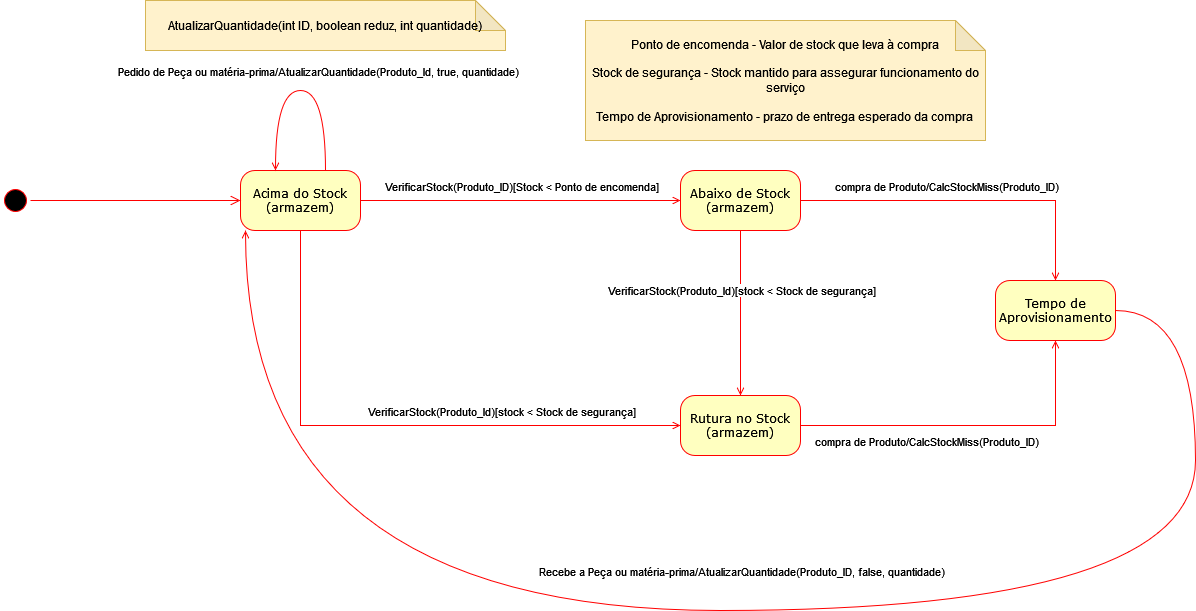
Above: wwwroot/documents/Grupo2/RicardoAndrade/DiagramaEstados_Stock_CompraFornecedor_RicardoAndrade_1705258.png in noellopes/CarManufactoring (draw.io), before the change. Source tidied: cells renumbered, new cells last; positions are measured from the earlier drawing's top-left corner, leaving out a move shared by most shapes. Its diagram source:
```xml
<mxGraphModel>
  <root>
    <mxCell id="0" />
    <mxCell id="1" parent="0" />
    <mxCell id="2" style="ellipse;html=1;shape=startState;fillColor=#000000;strokeColor=#ff0000;rounded=1;shadow=0;comic=0;labelBackgroundColor=none;fontFamily=Verdana;fontSize=12;fontColor=#000000;align=center;direction=south;" parent="1" vertex="1">
      <mxGeometry y="185" width="30" height="30" as="geometry" />
    </mxCell>
    <mxCell id="3" style="edgeStyle=orthogonalEdgeStyle;rounded=0;jettySize=auto;html=1;strokeColor=#FF0000;endArrow=open;endFill=0;" parent="1" edge="1" source="7" target="12">
      <mxGeometry relative="1" as="geometry" />
    </mxCell>
    <mxCell id="4" value="VerificarStock(Produto_ID)[Stock &amp;lt; Ponto de encomenda]" style="edgeLabel;html=1;align=center;verticalAlign=middle;" parent="3" vertex="1">
      <mxGeometry x="-0.1" y="2" relative="1" as="geometry">
        <mxPoint x="15" y="-13" as="offset" />
      </mxGeometry>
    </mxCell>
    <mxCell id="5" style="edgeStyle=orthogonalEdgeStyle;rounded=0;jettySize=auto;html=1;strokeColor=#FF0000;endArrow=open;endFill=0;" parent="1" edge="1" source="7" target="17">
      <mxGeometry relative="1" as="geometry">
        <Array as="points">
          <mxPoint x="300" y="425" />
        </Array>
      </mxGeometry>
    </mxCell>
    <mxCell id="6" value="VerificarStock(Produto_Id)[stock &amp;lt; Stock de segurança]" style="edgeLabel;html=1;align=center;verticalAlign=middle;" parent="5" vertex="1">
      <mxGeometry x="-0.28" y="1" relative="1" as="geometry">
        <mxPoint x="189" y="-14" as="offset" />
      </mxGeometry>
    </mxCell>
    <mxCell id="7" value="&lt;div&gt;Acima do Stock&lt;/div&gt;&lt;div&gt;(armazem)&lt;br&gt;&lt;/div&gt;" style="rounded=1;whiteSpace=wrap;html=1;arcSize=24;fillColor=#ffffc0;strokeColor=#ff0000;shadow=0;comic=0;labelBackgroundColor=none;fontFamily=Verdana;fontSize=12;fontColor=#000000;align=center;" parent="1" vertex="1">
      <mxGeometry x="240" y="170" width="120" height="60" as="geometry" />
    </mxCell>
    <mxCell id="8" style="edgeStyle=orthogonalEdgeStyle;rounded=0;jettySize=auto;html=1;strokeColor=#FF0000;endArrow=open;endFill=0;" parent="1" edge="1" source="12" target="17">
      <mxGeometry relative="1" as="geometry" />
    </mxCell>
    <mxCell id="9" value="&lt;div&gt;VerificarStock(Produto_Id)[stock &amp;lt; Stock de segurança]&lt;/div&gt;" style="edgeLabel;html=1;align=center;verticalAlign=middle;" parent="8" vertex="1">
      <mxGeometry x="-0.28" y="-2" relative="1" as="geometry">
        <mxPoint x="2" as="offset" />
      </mxGeometry>
    </mxCell>
    <mxCell id="10" style="edgeStyle=orthogonalEdgeStyle;rounded=0;jettySize=auto;html=1;strokeColor=#FF0000;endArrow=open;endFill=0;" parent="1" edge="1" source="12" target="22">
      <mxGeometry relative="1" as="geometry" />
    </mxCell>
    <mxCell id="11" value="compra de Produto/CalcStockMiss(Produto_ID)" style="edgeLabel;html=1;align=center;verticalAlign=middle;" parent="10" vertex="1">
      <mxGeometry x="0.1" y="-2" relative="1" as="geometry">
        <mxPoint x="-40" y="-17" as="offset" />
      </mxGeometry>
    </mxCell>
    <mxCell id="12" value="&lt;div&gt;Abaixo de Stock&lt;/div&gt;&lt;div&gt;(armazem)&lt;/div&gt;" style="rounded=1;whiteSpace=wrap;html=1;arcSize=24;fillColor=#ffffc0;strokeColor=#ff0000;shadow=0;comic=0;labelBackgroundColor=none;fontFamily=Verdana;fontSize=12;fontColor=#000000;align=center;" parent="1" vertex="1">
      <mxGeometry x="680" y="170" width="120" height="60" as="geometry" />
    </mxCell>
    <mxCell id="13" style="edgeStyle=orthogonalEdgeStyle;html=1;labelBackgroundColor=none;endArrow=open;endSize=8;strokeColor=#ff0000;fontFamily=Verdana;fontSize=12;align=left;" parent="1" edge="1" source="2" target="7">
      <mxGeometry relative="1" as="geometry" />
    </mxCell>
    <mxCell id="14" value="&lt;div&gt;Ponto de encomenda - Valor de stock que leva à compra&lt;/div&gt;&lt;div&gt;&lt;br&gt;&lt;/div&gt;&lt;div&gt;Stock de segurança - Stock mantido para assegurar funcionamento do serviço&lt;/div&gt;&lt;div&gt;&lt;br&gt;&lt;/div&gt;&lt;div&gt;Tempo de Aprovisionamento - prazo de entrega esperado da compra&lt;br&gt;&lt;/div&gt;" style="shape=note;whiteSpace=wrap;html=1;backgroundOutline=1;darkOpacity=0.05;fillColor=#fff2cc;strokeColor=#d6b656;" parent="1" vertex="1">
      <mxGeometry x="585" y="20" width="400" height="120" as="geometry" />
    </mxCell>
    <mxCell id="15" style="edgeStyle=orthogonalEdgeStyle;rounded=0;jettySize=auto;html=1;strokeColor=#FF0000;endArrow=open;endFill=0;" parent="1" edge="1" source="17" target="22">
      <mxGeometry relative="1" as="geometry" />
    </mxCell>
    <mxCell id="16" value="compra de Produto/CalcStockMiss(Produto_ID)" style="edgeLabel;html=1;align=center;verticalAlign=middle;" parent="15" vertex="1">
      <mxGeometry x="-0.38" y="-4" relative="1" as="geometry">
        <mxPoint x="20" y="11" as="offset" />
      </mxGeometry>
    </mxCell>
    <mxCell id="17" value="&lt;div&gt;Rutura no Stock&lt;/div&gt;&lt;div&gt;(armazem)&lt;br&gt;&lt;/div&gt;" style="rounded=1;whiteSpace=wrap;html=1;arcSize=24;fillColor=#ffffc0;strokeColor=#ff0000;shadow=0;comic=0;labelBackgroundColor=none;fontFamily=Verdana;fontSize=12;fontColor=#000000;align=center;" parent="1" vertex="1">
      <mxGeometry x="680" y="395" width="120" height="60" as="geometry" />
    </mxCell>
    <mxCell id="18" style="edgeStyle=orthogonalEdgeStyle;rounded=0;orthogonalLoop=1;jettySize=auto;html=1;strokeColor=#FF0000;endArrow=open;endFill=0;curved=1;" parent="1" edge="1" source="7" target="7">
      <mxGeometry relative="1" as="geometry">
        <Array as="points">
          <mxPoint x="325" y="90" />
          <mxPoint x="275" y="130" />
        </Array>
      </mxGeometry>
    </mxCell>
    <mxCell id="19" value="Pedido de Peça ou matéria-prima/AtualizarQuantidade(Produto_Id, true, quantidade)" style="edgeLabel;html=1;align=center;verticalAlign=middle;" parent="18" vertex="1">
      <mxGeometry x="-0.38" y="8" relative="1" as="geometry">
        <mxPoint y="-35" as="offset" />
      </mxGeometry>
    </mxCell>
    <mxCell id="20" style="edgeStyle=orthogonalEdgeStyle;rounded=0;jettySize=auto;html=1;strokeColor=#FF0000;endArrow=open;endFill=0;curved=1;" parent="1" edge="1" source="22" target="7">
      <mxGeometry relative="1" as="geometry">
        <Array as="points">
          <mxPoint x="1195" y="310" />
          <mxPoint x="1195" y="610" />
          <mxPoint x="245" y="610" />
        </Array>
      </mxGeometry>
    </mxCell>
    <mxCell id="21" value="Recebe a Peça ou matéria-prima/AtualizarQuantidade(Produto_ID, false, quantidade)" style="edgeLabel;html=1;align=center;verticalAlign=middle;" parent="20" vertex="1">
      <mxGeometry x="-0.14" y="-4" relative="1" as="geometry">
        <mxPoint x="-96" y="-36" as="offset" />
      </mxGeometry>
    </mxCell>
    <mxCell id="22" value="Tempo de Aprovisionamento" style="rounded=1;whiteSpace=wrap;html=1;arcSize=24;fillColor=#ffffc0;strokeColor=#ff0000;shadow=0;comic=0;labelBackgroundColor=none;fontFamily=Verdana;fontSize=12;fontColor=#000000;align=center;" parent="1" vertex="1">
      <mxGeometry x="995" y="280" width="120" height="60" as="geometry" />
    </mxCell>
    <mxCell id="23" value="AtualizarQuantidade(int ID, boolean reduz, int quantidade)" style="shape=note;whiteSpace=wrap;html=1;backgroundOutline=1;darkOpacity=0.05;fillColor=#fff2cc;strokeColor=#d6b656;" parent="1" vertex="1">
      <mxGeometry x="145" width="360" height="50" as="geometry" />
    </mxCell>
  </root>
</mxGraphModel>
```
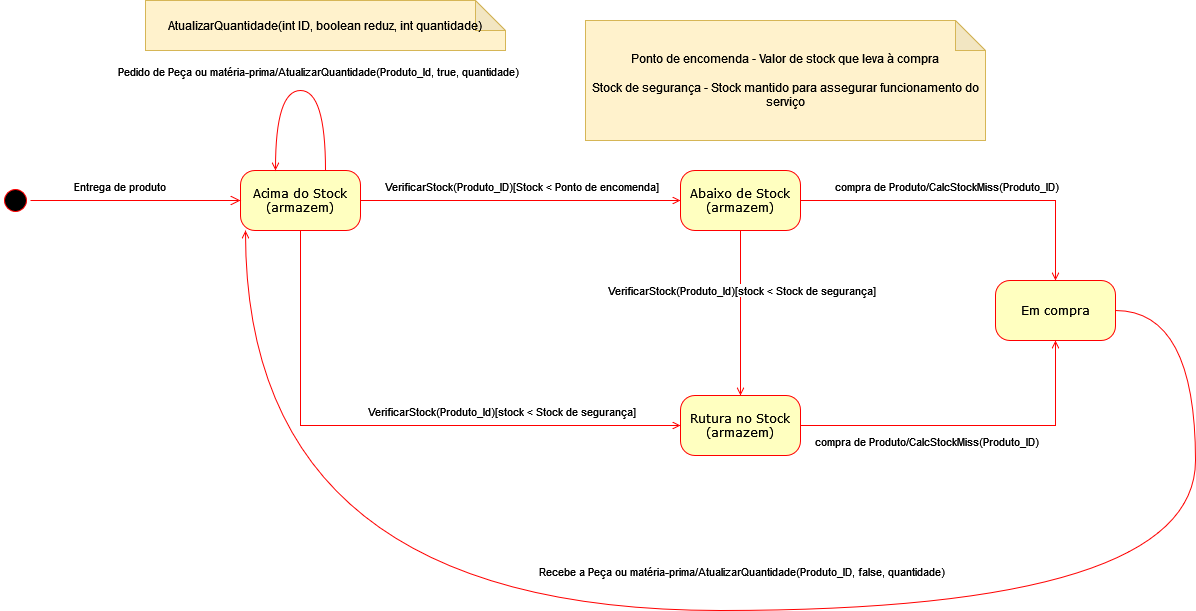
Above is the later version.

Diff of the diagram source:
```diff
@@ -50,7 +50,12 @@
     <mxCell id="13" style="edgeStyle=orthogonalEdgeStyle;html=1;labelBackgroundColor=none;endArrow=open;endSize=8;strokeColor=#ff0000;fontFamily=Verdana;fontSize=12;align=left;" parent="1" edge="1" source="2" target="7">
       <mxGeometry relative="1" as="geometry" />
     </mxCell>
+    <mxCell id="24" value="Entrega de produto" style="edgeLabel;html=1;align=center;verticalAlign=middle;" parent="13" vertex="1">
+      <mxGeometry x="-0.16" y="2" relative="1" as="geometry">
+        <mxPoint y="-13" as="offset" />
+      </mxGeometry>
+    </mxCell>
-    <mxCell id="14" value="&lt;div&gt;Ponto de encomenda - Valor de stock que leva à compra&lt;/div&gt;&lt;div&gt;&lt;br&gt;&lt;/div&gt;&lt;div&gt;Stock de segurança - Stock mantido para assegurar funcionamento do serviço&lt;/div&gt;&lt;div&gt;&lt;br&gt;&lt;/div&gt;&lt;div&gt;Tempo de Aprovisionamento - prazo de entrega esperado da compra&lt;br&gt;&lt;/div&gt;" style="shape=note;whiteSpace=wrap;html=1;backgroundOutline=1;darkOpacity=0.05;fillColor=#fff2cc;strokeColor=#d6b656;" parent="1" vertex="1">
+    <mxCell id="14" value="&lt;div&gt;Ponto de encomenda - Valor de stock que leva à compra&lt;/div&gt;&lt;div&gt;&lt;br&gt;&lt;/div&gt;&lt;div&gt;Stock de segurança - Stock mantido para assegurar funcionamento do serviço&lt;/div&gt;" style="shape=note;whiteSpace=wrap;html=1;backgroundOutline=1;darkOpacity=0.05;fillColor=#fff2cc;strokeColor=#d6b656;" parent="1" vertex="1">
       <mxGeometry x="585" y="20" width="400" height="120" as="geometry" />
     </mxCell>
     <mxCell id="15" style="edgeStyle=orthogonalEdgeStyle;rounded=0;jettySize=auto;html=1;strokeColor=#FF0000;endArrow=open;endFill=0;" parent="1" edge="1" source="17" target="22">
@@ -91,7 +96,7 @@
         <mxPoint x="-96" y="-36" as="offset" />
       </mxGeometry>
     </mxCell>
-    <mxCell id="22" value="Tempo de Aprovisionamento" style="rounded=1;whiteSpace=wrap;html=1;arcSize=24;fillColor=#ffffc0;strokeColor=#ff0000;shadow=0;comic=0;labelBackgroundColor=none;fontFamily=Verdana;fontSize=12;fontColor=#000000;align=center;" parent="1" vertex="1">
+    <mxCell id="22" value="Em compra" style="rounded=1;whiteSpace=wrap;html=1;arcSize=24;fillColor=#ffffc0;strokeColor=#ff0000;shadow=0;comic=0;labelBackgroundColor=none;fontFamily=Verdana;fontSize=12;fontColor=#000000;align=center;" parent="1" vertex="1">
       <mxGeometry x="995" y="280" width="120" height="60" as="geometry" />
     </mxCell>
     <mxCell id="23" value="AtualizarQuantidade(int ID, boolean reduz, int quantidade)" style="shape=note;whiteSpace=wrap;html=1;backgroundOutline=1;darkOpacity=0.05;fillColor=#fff2cc;strokeColor=#d6b656;" parent="1" vertex="1">
```
